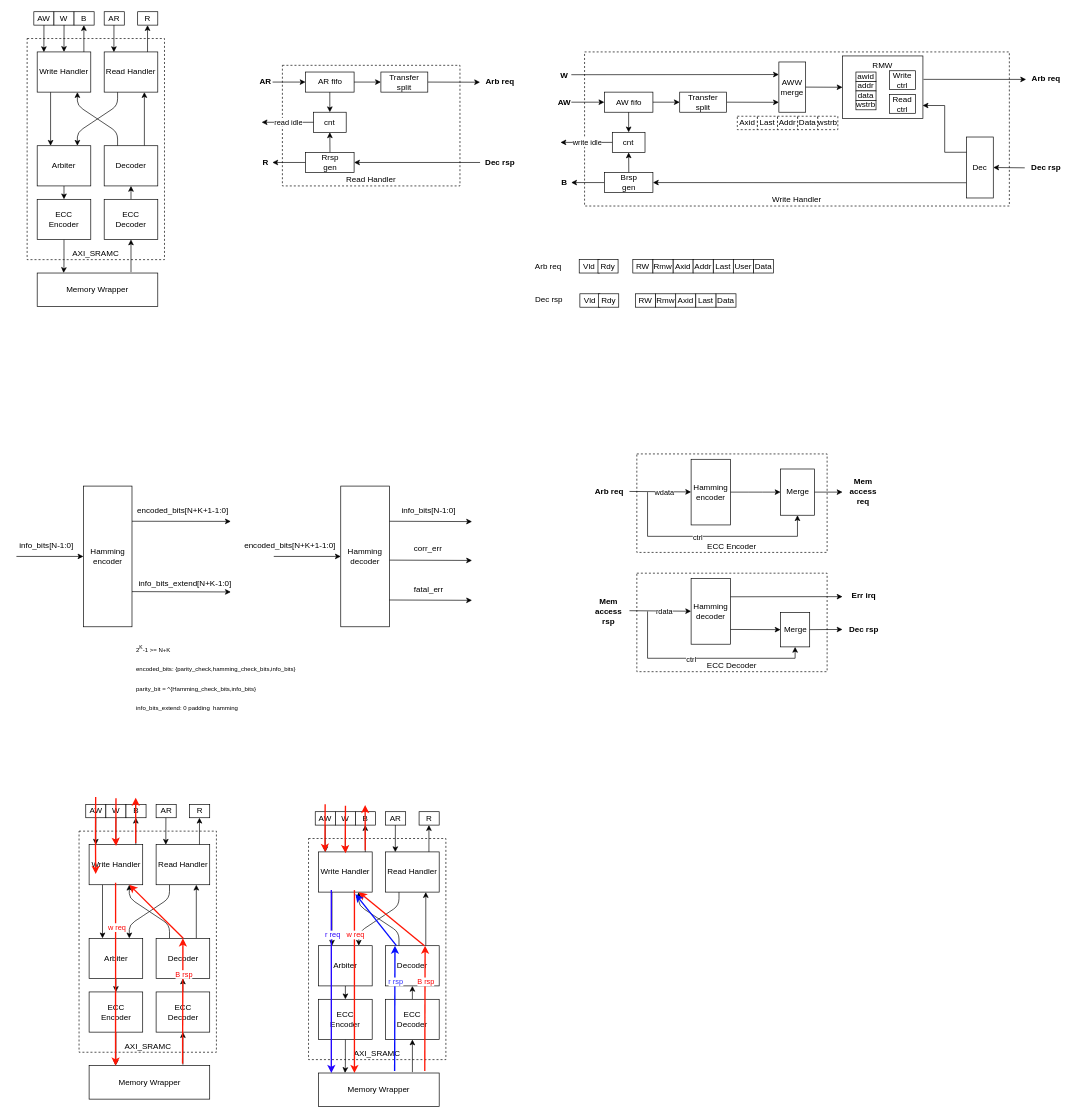
Earlier version of the draw.io diagram page "axi_sramc" (1 of 3) of axi_mem_controller/axi_mem.drawio (fliibs/fcip). Source tidied: cells renumbered, new cells numbered last; positions are measured from the earlier drawing's top-left corner, leaving out a move shared by most shapes. Both pictures are drawn from the tidied source at 67%, with x=0, y=0 at pixel (16, 11).
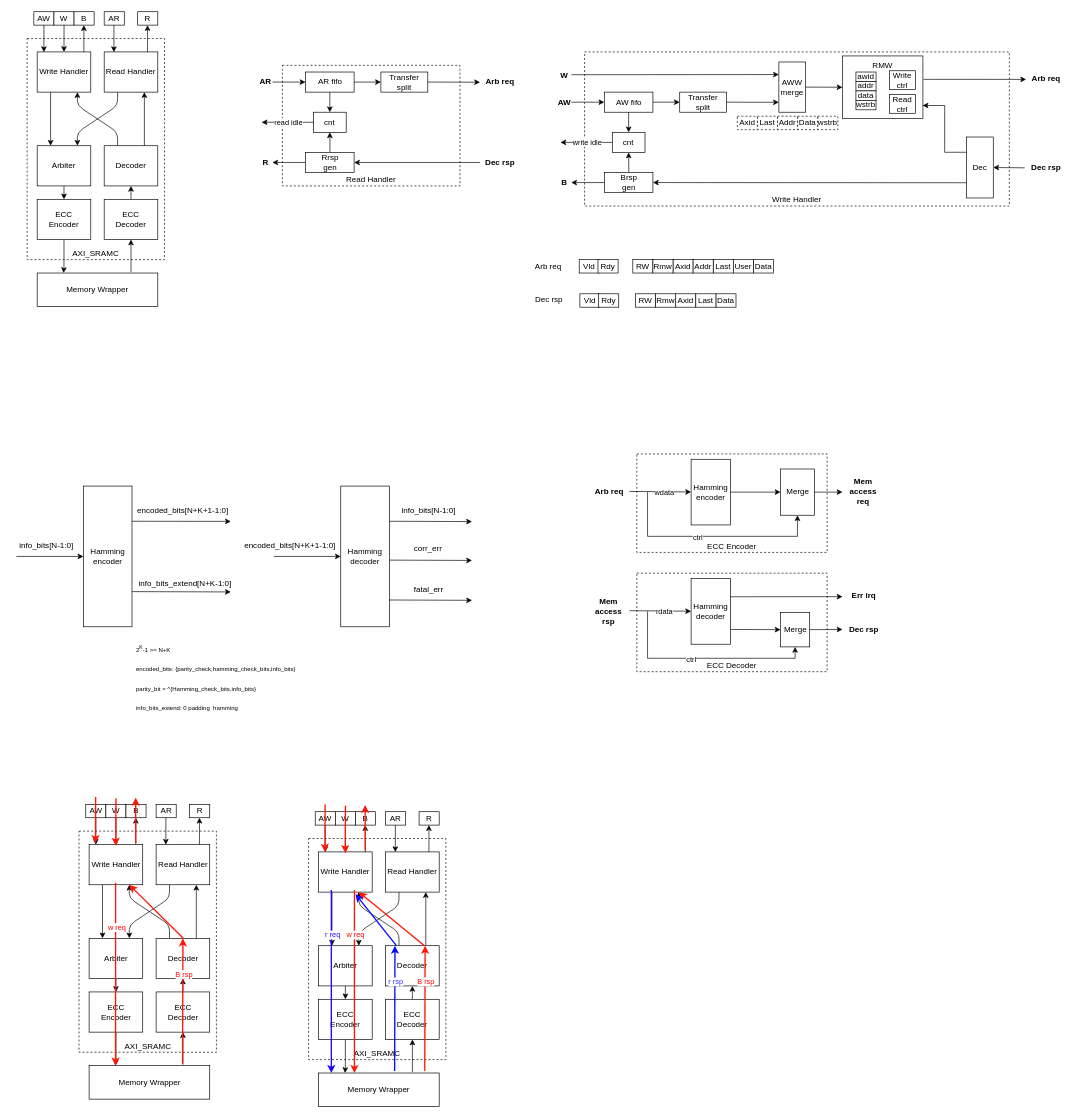
The same page after the edit.

Unchanged cells that the change refers to:
```xml
<mxCell id="150" value="Write Handler" style="rounded=0;whiteSpace=wrap;html=1;" parent="1" vertex="1">
  <mxGeometry x="108.5" y="1243" width="80" height="60" as="geometry" />
</mxCell>
```

What changed in the source:
```diff
@@
-    <mxCell id="166" style="edgeStyle=none;html=1;startArrow=none;startFill=0;endArrow=classic;endFill=1;elbow=vertical;strokeWidth=2;strokeColor=#ff1605;entryX=0.123;entryY=0.733;entryDx=0;entryDy=0;entryPerimeter=0;" parent="1" edge="1" target="150">
+    <mxCell id="166" style="edgeStyle=none;html=1;startArrow=none;startFill=0;endArrow=classic;endFill=1;elbow=vertical;strokeWidth=2;strokeColor=#ff1605;" parent="1" edge="1">
       <mxGeometry relative="1" as="geometry">
         <mxPoint x="118.3" y="1172" as="sourcePoint" />
+        <mxPoint x="118" y="1241" as="targetPoint" />
         <Array as="points">
           <mxPoint x="118" y="1234" />
         </Array>
       </mxGeometry>
     </mxCell>
```
